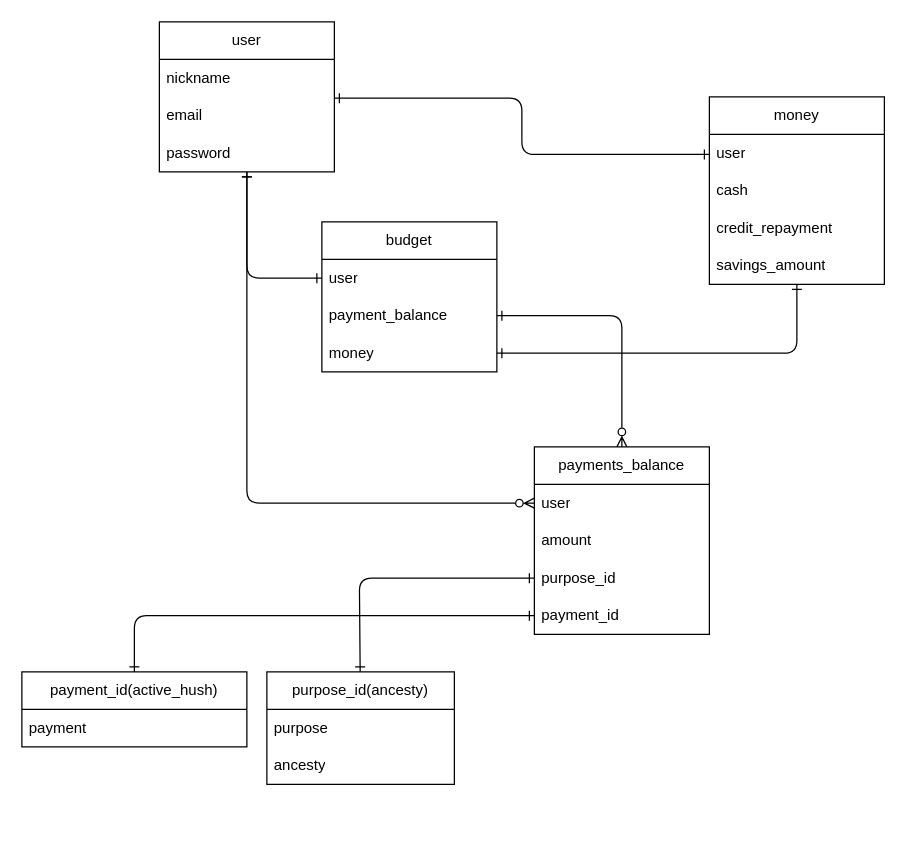
Earlier version of the draw.io diagram my_ecopla_ER.dio (Yuya7124/my_ecopla). Source tidied: cells renumbered, new cells numbered last; positions are measured from the earlier drawing's top-left corner, leaving out a move shared by most shapes. Both pictures are drawn from the tidied source at 125%, with x=0, y=0 at pixel (21, 21).
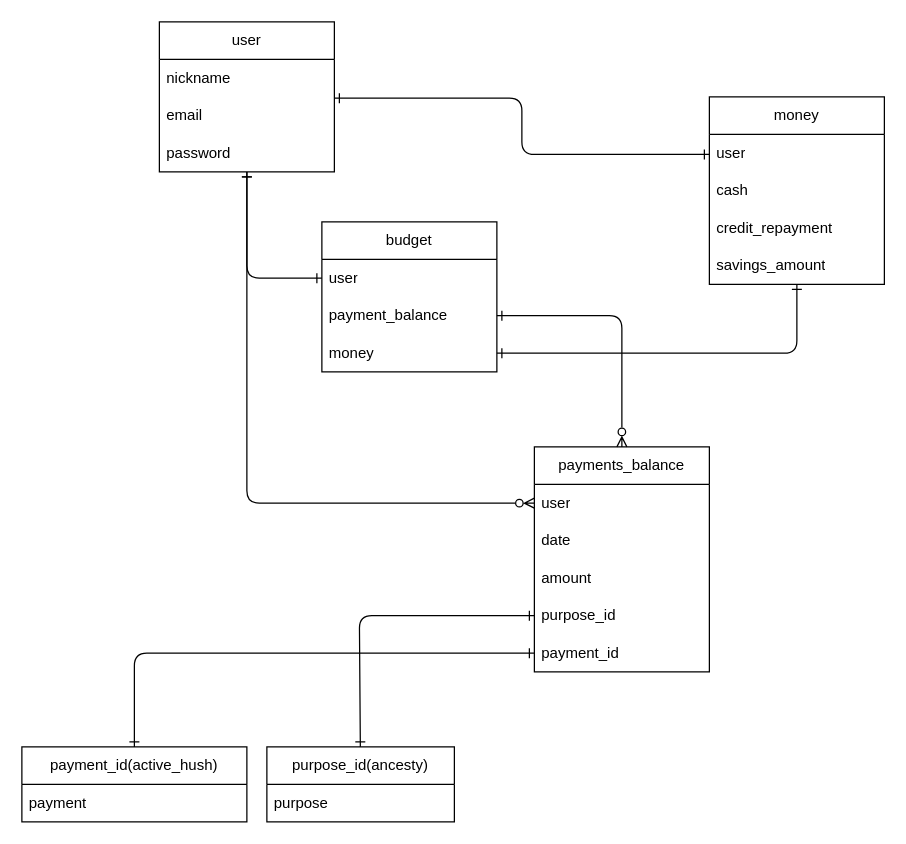
The same page after the edit.

Commit message (it also covers changes not shown here):
ゲージメータのお試し実装、ER図、画面遷移図の作成

The edit, as a diff of the source:
```diff
@@
     <mxCell id="7" value="payments_balance" style="swimlane;fontStyle=0;horizontal=1;startSize=30;whiteSpace=wrap;html=1;" parent="1" vertex="1">
-      <mxGeometry x="410" y="340" width="140" height="150" as="geometry" />
+      <mxGeometry x="410" y="340" width="140" height="180" as="geometry" />
     </mxCell>
@@
+    <mxCell id="32" value="date" style="text;strokeColor=none;fillColor=none;align=left;verticalAlign=middle;spacingLeft=4;spacingRight=4;overflow=hidden;whiteSpace=wrap;html=1;" parent="7" vertex="1">
+      <mxGeometry y="60" width="140" height="30" as="geometry" />
+    </mxCell>
     <mxCell id="9" value="amount" style="text;strokeColor=none;fillColor=none;align=left;verticalAlign=middle;spacingLeft=4;spacingRight=4;overflow=hidden;whiteSpace=wrap;html=1;" parent="7" vertex="1">
-      <mxGeometry y="60" width="140" height="30" as="geometry" />
+      <mxGeometry y="90" width="140" height="30" as="geometry" />
     </mxCell>
     <mxCell id="10" value="purpose_id" style="text;strokeColor=none;fillColor=none;align=left;verticalAlign=middle;spacingLeft=4;spacingRight=4;overflow=hidden;points=[[0,0.5],[1,0.5]];portConstraint=eastwest;whiteSpace=wrap;html=1;" parent="7" vertex="1">
-      <mxGeometry y="90" width="140" height="30" as="geometry" />
+      <mxGeometry y="120" width="140" height="30" as="geometry" />
     </mxCell>
     <mxCell id="11" value="payment_id" style="text;strokeColor=none;fillColor=none;align=left;verticalAlign=middle;spacingLeft=4;spacingRight=4;overflow=hidden;points=[[0,0.5],[1,0.5]];portConstraint=eastwest;whiteSpace=wrap;html=1;" parent="7" vertex="1">
-      <mxGeometry y="120" width="140" height="30" as="geometry" />
+      <mxGeometry y="150" width="140" height="30" as="geometry" />
     </mxCell>
@@
     <mxCell id="21" style="edgeStyle=none;html=1;entryX=0;entryY=0.5;entryDx=0;entryDy=0;startArrow=ERone;startFill=0;endArrow=ERone;endFill=0;" parent="1" edge="1" source="22" target="11">
       <mxGeometry relative="1" as="geometry">
         <Array as="points">
-          <mxPoint x="90" y="475" />
+          <mxPoint x="90" y="505" />
         </Array>
       </mxGeometry>
     </mxCell>
     <mxCell id="22" value="&lt;span style=&quot;text-align: left;&quot;&gt;payment_i&lt;/span&gt;&lt;span style=&quot;text-align: left;&quot;&gt;d(active_hush)&lt;/span&gt;" style="swimlane;fontStyle=0;horizontal=1;startSize=30;whiteSpace=wrap;html=1;" parent="1" vertex="1">
-      <mxGeometry y="520" width="180" height="60" as="geometry" />
+      <mxGeometry y="580" width="180" height="60" as="geometry" />
     </mxCell>
@@
     <mxCell id="24" value="&lt;span style=&quot;text-align: left;&quot;&gt;purpose_id&lt;/span&gt;(ancesty)" style="swimlane;fontStyle=0;horizontal=1;startSize=30;whiteSpace=wrap;html=1;" parent="1" vertex="1">
-      <mxGeometry x="196" y="520" width="150" height="90" as="geometry" />
+      <mxGeometry x="196" y="580" width="150" height="60" as="geometry" />
     </mxCell>
@@
-    <mxCell id="26" value="&lt;span style=&quot;text-align: center;&quot;&gt;ancesty&lt;/span&gt;" style="text;strokeColor=none;fillColor=none;align=left;verticalAlign=middle;spacingLeft=4;spacingRight=4;overflow=hidden;whiteSpace=wrap;html=1;" parent="24" vertex="1">
-      <mxGeometry y="60" width="150" height="30" as="geometry" />
-    </mxCell>
     <mxCell id="27" style="edgeStyle=none;html=1;entryX=0;entryY=0.5;entryDx=0;entryDy=0;startArrow=ERone;startFill=0;endArrow=ERone;endFill=0;" parent="1" edge="1" source="24" target="10">
       <mxGeometry relative="1" as="geometry">
         <Array as="points">
-          <mxPoint x="270" y="445" />
+          <mxPoint x="270" y="475" />
         </Array>
       </mxGeometry>
     </mxCell>
```
